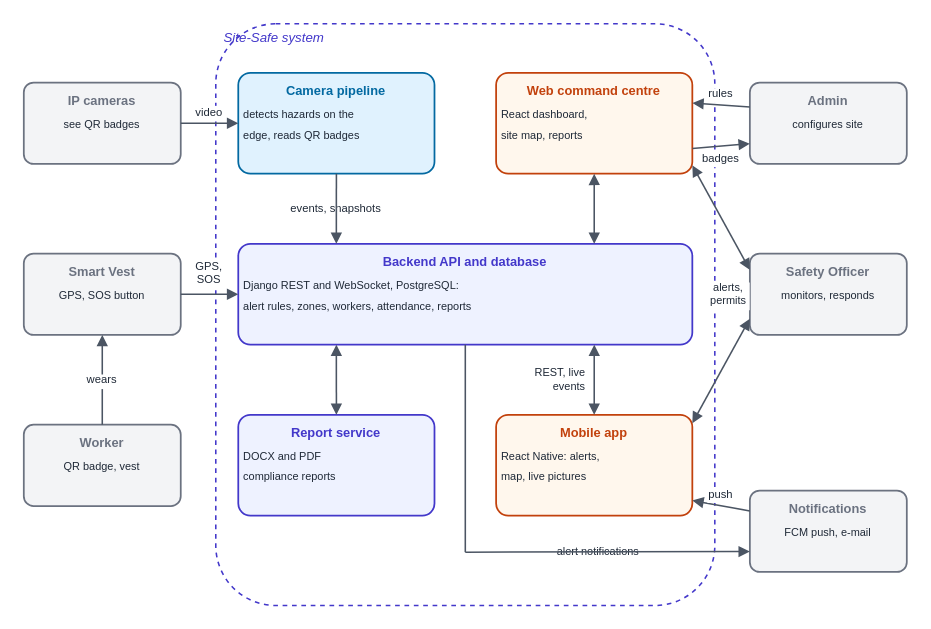
The draw.io diagram docs/figures/editable/fig_system_context.drawio in hamzahyaasin/site-safe, before the edit. Source tidied: cells renumbered, new cells numbered last; positions are measured from the earlier drawing's top-left corner, leaving out a move shared by most shapes. Both pictures are drawn from the tidied source at 146%, with x=0, y=0 at pixel (23, 23).
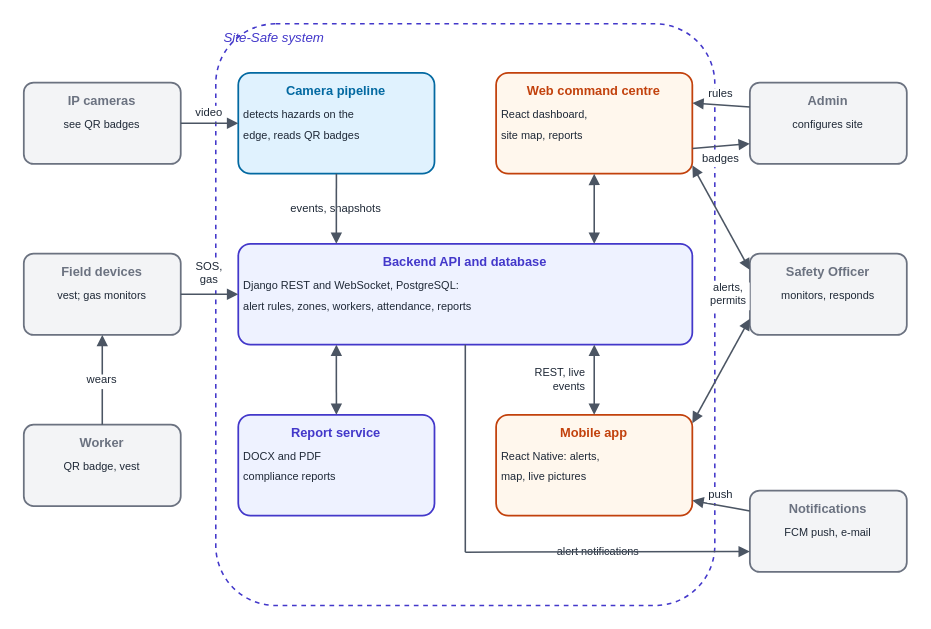
After the change.

The change refers to these unchanged cells:
```xml
<mxCell id="9" style="html=1;whiteSpace=wrap;fillColor=#f3f4f6;strokeColor=#6b7280;strokeWidth=1.20;dashed=0;rounded=1;arcSize=12;absoluteArcSize=0;" parent="1" vertex="1">
  <mxGeometry x="-0.2" y="157.2" width="107.5" height="55.7" as="geometry" />
</mxCell>
```

The edit, as a diff of the source:
```diff
@@
-    <mxCell id="46" value="Smart Vest" style="text;html=0;whiteSpace=nowrap;align=center;verticalAlign=middle;fontFamily=Arial;fontSize=8.8;fontColor=#6b7280;fontStyle=1;strokeColor=none;fillColor=none;spacing=0;" parent="9" vertex="1">
-      <mxGeometry x="22.7" y="5.9" width="62.2" height="13.1" as="geometry" />
+    <mxCell id="46" value="Field devices" style="text;html=0;whiteSpace=nowrap;align=center;verticalAlign=middle;fontFamily=Arial;fontSize=8.8;fontColor=#6b7280;fontStyle=1;strokeColor=none;fillColor=none;spacing=0;" parent="9" vertex="1">
+      <mxGeometry x="16.5" y="5.9" width="74.6" height="13.1" as="geometry" />
     </mxCell>
-    <mxCell id="47" value="GPS, SOS button" style="text;html=0;whiteSpace=nowrap;align=center;verticalAlign=middle;fontFamily=Arial;fontSize=7.5;fontColor=#1f2937;fontStyle=0;strokeColor=none;fillColor=none;spacing=0;" parent="9" vertex="1">
-      <mxGeometry x="14.5" y="23.8" width="78.5" height="9.9" as="geometry" />
+    <mxCell id="47" value="vest; gas monitors" style="text;html=0;whiteSpace=nowrap;align=center;verticalAlign=middle;fontFamily=Arial;fontSize=7.5;fontColor=#1f2937;fontStyle=0;strokeColor=none;fillColor=none;spacing=0;" parent="9" vertex="1">
+      <mxGeometry x="13.1" y="23.8" width="81.4" height="9.9" as="geometry" />
     </mxCell>
@@
-    <mxCell id="57" value="GPS,&#10;SOS" style="text;html=0;whiteSpace=nowrap;align=center;verticalAlign=middle;fontFamily=Arial;fontSize=7.7;fontColor=#1f2937;fontStyle=0;strokeColor=none;fillColor=none;spacing=0;labelBackgroundColor=#ffffff;" parent="1" vertex="1">
-      <mxGeometry x="113.2" y="161.6" width="27.5" height="18.2" as="geometry" />
+    <mxCell id="57" value="SOS,&#10;gas" style="text;html=0;whiteSpace=nowrap;align=center;verticalAlign=middle;fontFamily=Arial;fontSize=7.7;fontColor=#1f2937;fontStyle=0;strokeColor=none;fillColor=none;spacing=0;labelBackgroundColor=#ffffff;" parent="1" vertex="1">
+      <mxGeometry x="113.2" y="161.6" width="27.7" height="18.2" as="geometry" />
     </mxCell>
```
